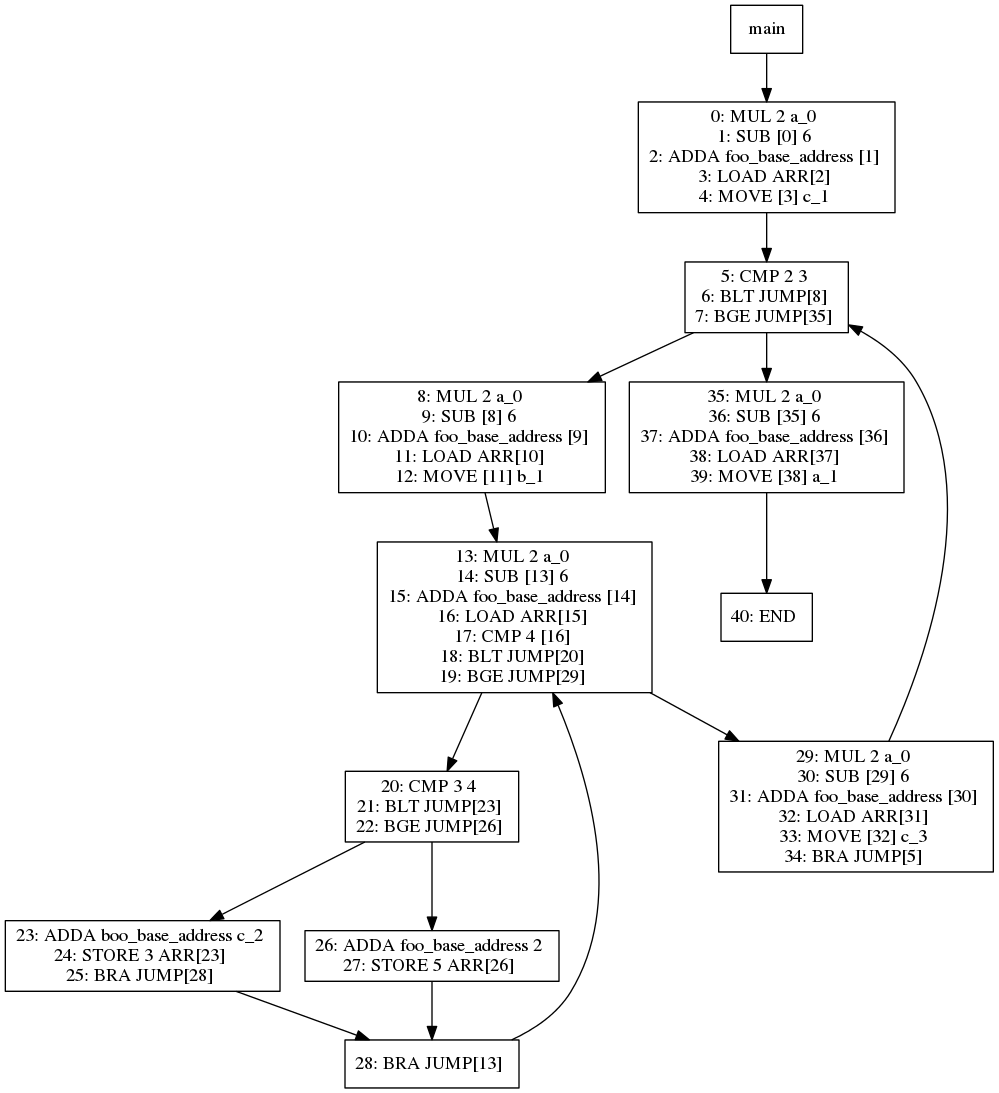
This is viz/test027.dot.png from jiahanwang/PL241-Compiler, a Graphviz export, as it was before one commit. Its source is kept beside it as viz/test027.dot.
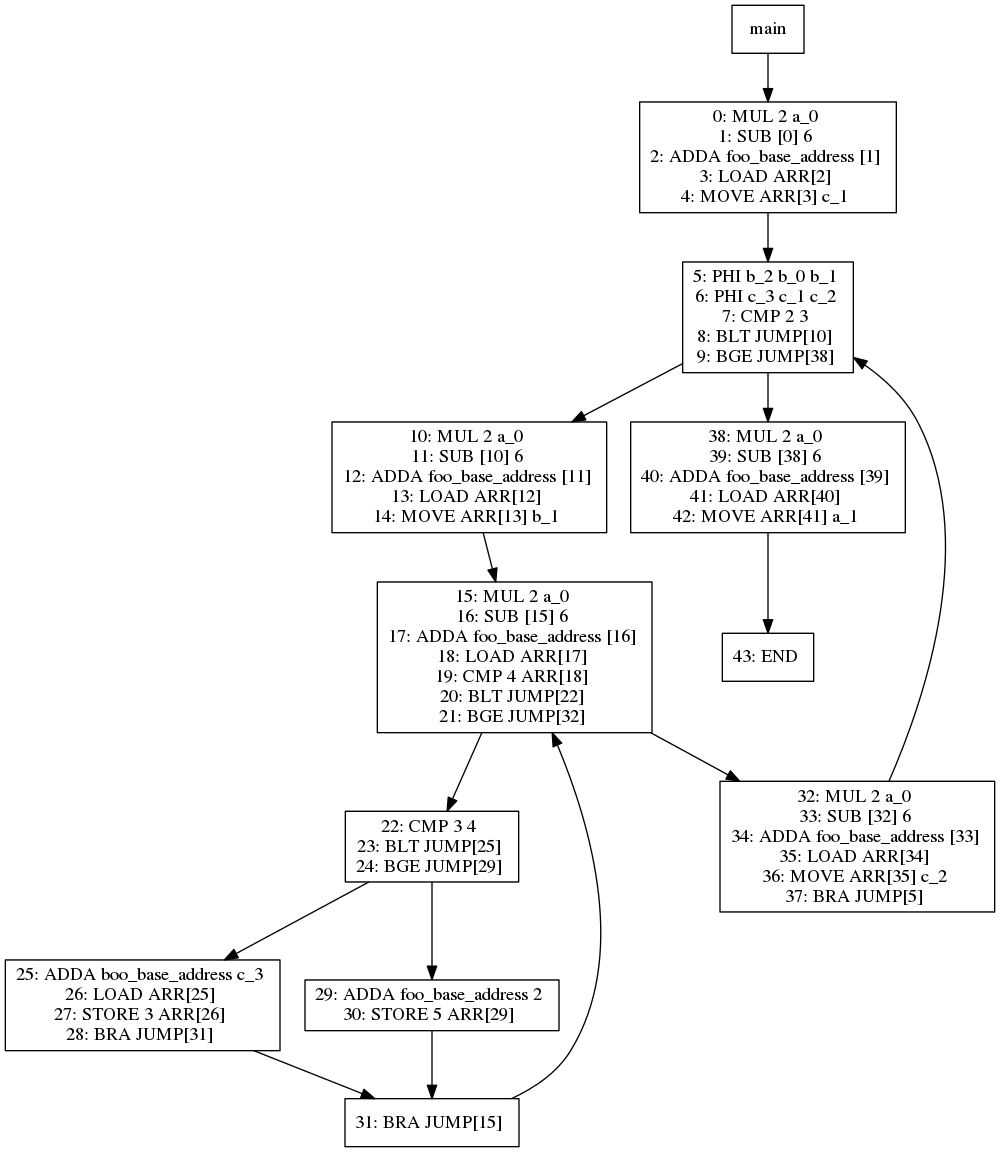
Later version of the same file.

What changed in the source:
```diff
@@ -6,65 +6,68 @@
 1: SUB [0] 6
 2: ADDA foo_base_address [1]
 3: LOAD ARR[2]
-4: MOVE [3] c_1
+4: MOVE ARR[3] c_1
 "]
 4 -> 5
-5[label="5: CMP 2 3
-6: BLT JUMP[8]
-7: BGE JUMP[35]
+5[label="5: PHI b_2 b_0 b_1
+6: PHI c_3 c_1 c_2
+7: CMP 2 3
+8: BLT JUMP[10]
+9: BGE JUMP[38]
 "]
 5 -> 7
-7[label="8: MUL 2 a_0
-9: SUB [8] 6
-10: ADDA foo_base_address [9]
-11: LOAD ARR[10]
-12: MOVE [11] b_1
+7[label="10: MUL 2 a_0
+11: SUB [10] 6
+12: ADDA foo_base_address [11]
+13: LOAD ARR[12]
+14: MOVE ARR[13] b_1
 "]
 7 -> 8
-8[label="13: MUL 2 a_0
-14: SUB [13] 6
-15: ADDA foo_base_address [14]
-16: LOAD ARR[15]
-17: CMP 4 [16]
-18: BLT JUMP[20]
-19: BGE JUMP[29]
+8[label="15: MUL 2 a_0
+16: SUB [15] 6
+17: ADDA foo_base_address [16]
+18: LOAD ARR[17]
+19: CMP 4 ARR[18]
+20: BLT JUMP[22]
+21: BGE JUMP[32]
 "]
 8 -> 10
-10[label="20: CMP 3 4
-21: BLT JUMP[23]
-22: BGE JUMP[26]
+10[label="22: CMP 3 4
+23: BLT JUMP[25]
+24: BGE JUMP[29]
 "]
 10 -> 12
-12[label="23: ADDA boo_base_address c_2
-24: STORE 3 ARR[23]
-25: BRA JUMP[28]
+12[label="25: ADDA boo_base_address c_3
+26: LOAD ARR[25]
+27: STORE 3 ARR[26]
+28: BRA JUMP[31]
 "]
 12 -> 11
-11[label="28: BRA JUMP[13]
+11[label="31: BRA JUMP[15]
 "]
 11 -> 8
 10 -> 13
-13[label="26: ADDA foo_base_address 2
-27: STORE 5 ARR[26]
+13[label="29: ADDA foo_base_address 2
+30: STORE 5 ARR[29]
 "]
 13 -> 11
 8 -> 9
-9[label="29: MUL 2 a_0
-30: SUB [29] 6
-31: ADDA foo_base_address [30]
-32: LOAD ARR[31]
-33: MOVE [32] c_3
-34: BRA JUMP[5]
+9[label="32: MUL 2 a_0
+33: SUB [32] 6
+34: ADDA foo_base_address [33]
+35: LOAD ARR[34]
+36: MOVE ARR[35] c_2
+37: BRA JUMP[5]
 "]
 9 -> 5
 5 -> 6
-6[label="35: MUL 2 a_0
-36: SUB [35] 6
-37: ADDA foo_base_address [36]
-38: LOAD ARR[37]
-39: MOVE [38] a_1
+6[label="38: MUL 2 a_0
+39: SUB [38] 6
+40: ADDA foo_base_address [39]
+41: LOAD ARR[40]
+42: MOVE ARR[41] a_1
 "]
 6 -> 16
-16[label="40: END
+16[label="43: END
 "]
 }
```
